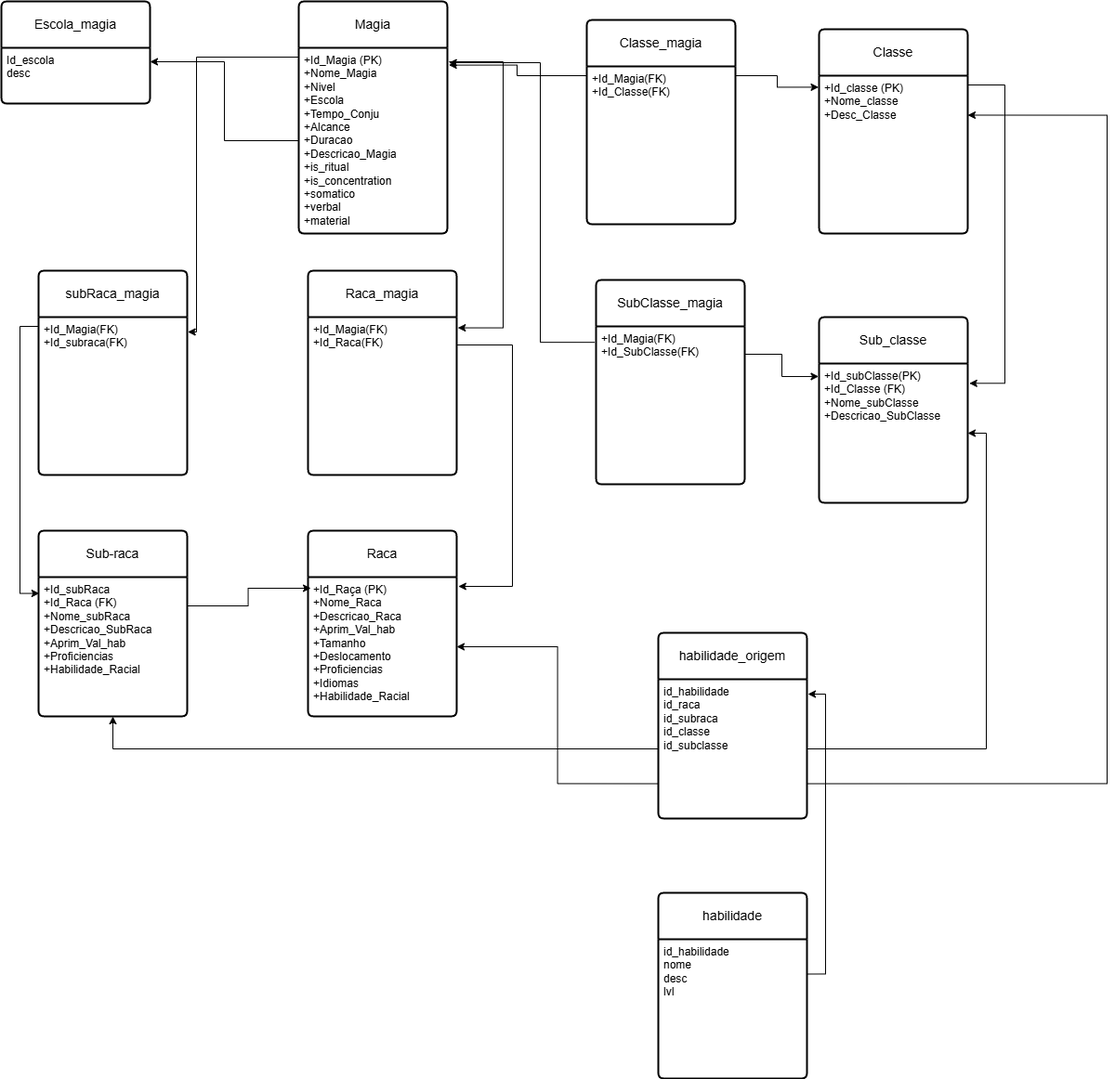
The draw.io diagram Projeto/magias.drawio.png in VitorFonseca123/DnD-RPG, before a commit. Source tidied: cells renumbered, new cells last; positions are measured from the earlier drawing's top-left corner, leaving out a move shared by most shapes.
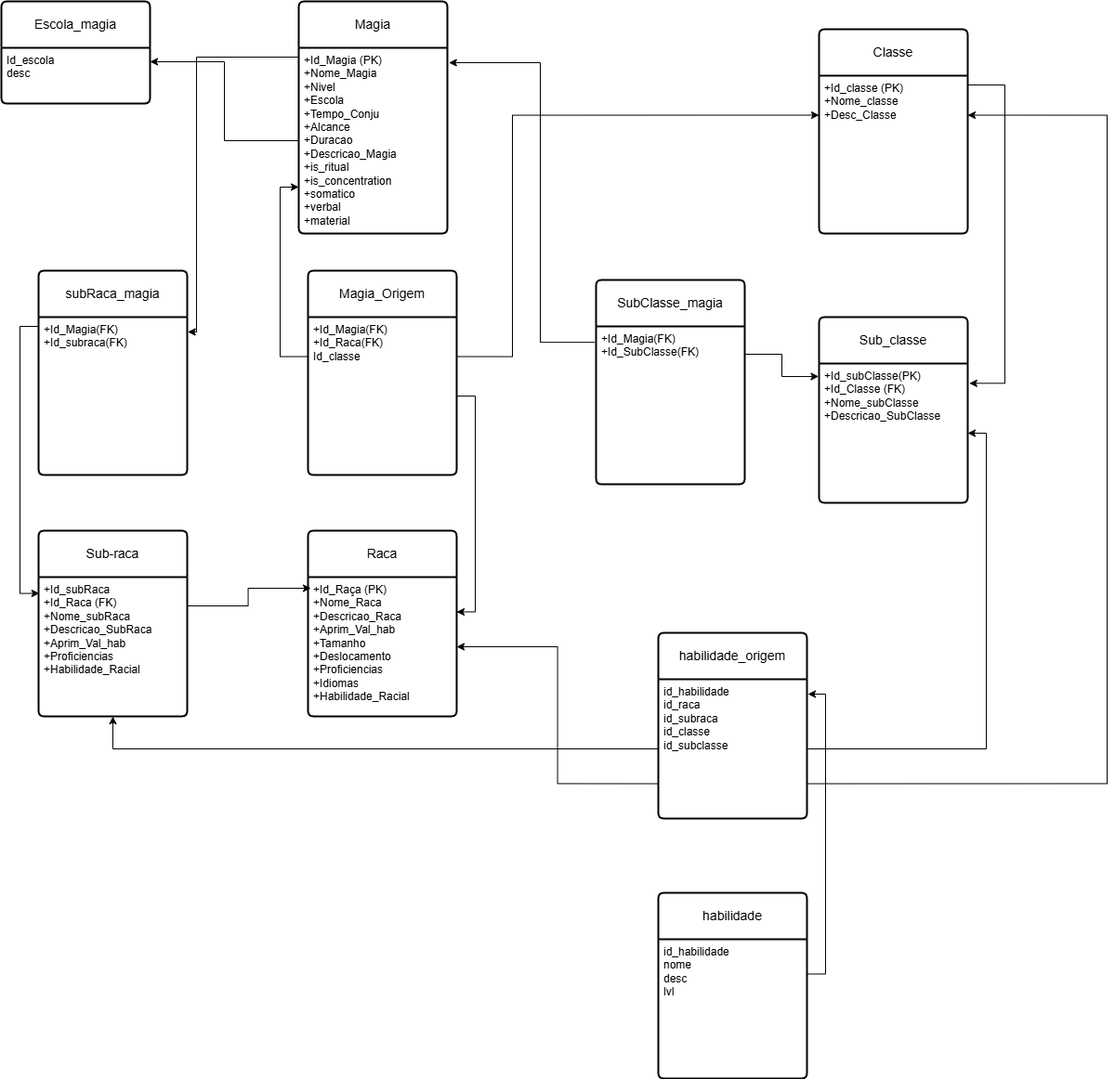
After the change.

Commit message:
altera schema

The edit, as a diff of the source:
```diff
@@ -25,10 +25,10 @@
         <mxPoint x="200" y="651" as="sourcePoint" />
       </mxGeometry>
     </mxCell>
-    <mxCell id="9" value="Raca_magia" style="swimlane;horizontal=1;startSize=50;rounded=1;fontSize=14;fontStyle=0;strokeWidth=2;shadow=0;dashed=0;align=center;arcSize=4;whiteSpace=wrap;html=1;" parent="1" vertex="1">
+    <mxCell id="9" value="Magia_Origem" style="swimlane;horizontal=1;startSize=50;rounded=1;fontSize=14;fontStyle=0;strokeWidth=2;shadow=0;dashed=0;align=center;arcSize=4;whiteSpace=wrap;html=1;" parent="1" vertex="1">
       <mxGeometry x="330" y="290" width="160" height="220" as="geometry" />
     </mxCell>
-    <mxCell id="10" value="+Id_Magia(FK)&lt;div&gt;+Id_Raca(FK)&lt;/div&gt;" style="align=left;strokeColor=none;fillColor=none;spacingLeft=4;spacingRight=4;fontSize=12;verticalAlign=top;html=1;whiteSpace=wrap;" parent="9" vertex="1">
+    <mxCell id="10" value="+Id_Magia(FK)&lt;div&gt;+Id_Raca(FK)&lt;/div&gt;&lt;div&gt;Id_classe&lt;/div&gt;&lt;div&gt;&lt;br&gt;&lt;/div&gt;" style="align=left;strokeColor=none;fillColor=none;spacingLeft=4;spacingRight=4;fontSize=12;verticalAlign=top;html=1;whiteSpace=wrap;" parent="9" vertex="1">
       <mxGeometry y="50" width="160" height="170" as="geometry" />
     </mxCell>
     <mxCell id="11" value="Classe" style="swimlane;horizontal=1;startSize=50;rounded=1;fontSize=14;fontStyle=0;strokeWidth=2;shadow=0;dashed=0;align=center;arcSize=4;whiteSpace=wrap;html=1;" parent="1" vertex="1">
@@ -43,23 +43,6 @@
     <mxCell id="14" value="+Id_subClasse(PK)&lt;div&gt;+Id_Classe (FK)&lt;br&gt;&lt;div&gt;+Nome_subClasse&lt;br&gt;+Descricao_SubClasse&lt;br&gt;&lt;br&gt;&lt;/div&gt;&lt;/div&gt;" style="align=left;strokeColor=none;fillColor=none;spacingLeft=4;spacingRight=4;fontSize=12;verticalAlign=top;html=1;whiteSpace=wrap;" parent="13" vertex="1">
       <mxGeometry y="50" width="160" height="150" as="geometry" />
     </mxCell>
-    <mxCell id="15" style="edgeStyle=orthogonalEdgeStyle;rounded=0;jettySize=auto;html=1;entryX=1.008;entryY=0.068;entryDx=0;entryDy=0;entryPerimeter=0;exitX=1.012;exitY=0.075;exitDx=0;exitDy=0;exitPerimeter=0;" parent="1" edge="1" source="3" target="10">
-      <mxGeometry relative="1" as="geometry">
-        <Array as="points">
-          <mxPoint x="540" y="65" />
-          <mxPoint x="540" y="352" />
-        </Array>
-      </mxGeometry>
-    </mxCell>
-    <mxCell id="16" style="edgeStyle=orthogonalEdgeStyle;rounded=0;jettySize=auto;html=1;entryX=1.012;entryY=0.06;entryDx=0;entryDy=0;entryPerimeter=0;" parent="1" edge="1" source="9" target="5">
-      <mxGeometry relative="1" as="geometry">
-        <Array as="points">
-          <mxPoint x="550" y="370" />
-          <mxPoint x="550" y="630" />
-          <mxPoint x="492" y="630" />
-        </Array>
-      </mxGeometry>
-    </mxCell>
     <mxCell id="17" value="subRaca_magia" style="swimlane;horizontal=1;startSize=50;rounded=1;fontSize=14;fontStyle=0;strokeWidth=2;shadow=0;dashed=0;align=center;arcSize=4;whiteSpace=wrap;html=1;" parent="1" vertex="1">
       <mxGeometry x="40" y="290" width="160" height="220" as="geometry" />
     </mxCell>
@@ -90,28 +73,6 @@
         </Array>
       </mxGeometry>
     </mxCell>
-    <mxCell id="22" value="Classe_magia" style="swimlane;horizontal=1;startSize=50;rounded=1;fontSize=14;fontStyle=0;strokeWidth=2;shadow=0;dashed=0;align=center;arcSize=4;whiteSpace=wrap;html=1;" parent="1" vertex="1">
-      <mxGeometry x="630" y="20" width="160" height="220" as="geometry" />
-    </mxCell>
-    <mxCell id="23" value="+Id_Magia(FK)&lt;div&gt;+Id_Classe(FK)&lt;/div&gt;" style="align=left;strokeColor=none;fillColor=none;spacingLeft=4;spacingRight=4;fontSize=12;verticalAlign=top;html=1;whiteSpace=wrap;" parent="22" vertex="1">
-      <mxGeometry y="50" width="160" height="170" as="geometry" />
-    </mxCell>
-    <mxCell id="24" style="edgeStyle=orthogonalEdgeStyle;rounded=0;jettySize=auto;html=1;entryX=-0.003;entryY=0.073;entryDx=0;entryDy=0;entryPerimeter=0;" parent="1" edge="1" source="23" target="12">
-      <mxGeometry relative="1" as="geometry">
-        <Array as="points">
-          <mxPoint x="835" y="80" />
-          <mxPoint x="835" y="92" />
-        </Array>
-      </mxGeometry>
-    </mxCell>
-    <mxCell id="25" style="edgeStyle=orthogonalEdgeStyle;rounded=0;jettySize=auto;html=1;entryX=1.01;entryY=0.093;entryDx=0;entryDy=0;entryPerimeter=0;" parent="1" edge="1" source="23" target="3">
-      <mxGeometry relative="1" as="geometry">
-        <Array as="points">
-          <mxPoint x="555" y="80" />
-          <mxPoint x="555" y="69" />
-        </Array>
-      </mxGeometry>
-    </mxCell>
     <mxCell id="26" value="SubClasse_magia" style="swimlane;horizontal=1;startSize=50;rounded=1;fontSize=14;fontStyle=0;strokeWidth=2;shadow=0;dashed=0;align=center;arcSize=4;whiteSpace=wrap;html=1;" parent="1" vertex="1">
       <mxGeometry x="640" y="300" width="160" height="220" as="geometry" />
     </mxCell>
@@ -175,5 +136,19 @@
         </Array>
       </mxGeometry>
     </mxCell>
+    <mxCell id="42" style="edgeStyle=orthogonalEdgeStyle;rounded=0;jettySize=auto;html=1;exitX=1;exitY=0.25;exitDx=0;exitDy=0;entryX=0;entryY=0.25;entryDx=0;entryDy=0;" parent="1" edge="1" source="10" target="12">
+      <mxGeometry relative="1" as="geometry">
+        <Array as="points">
+          <mxPoint x="550" y="383" />
+          <mxPoint x="550" y="123" />
+        </Array>
+      </mxGeometry>
+    </mxCell>
+    <mxCell id="43" style="edgeStyle=orthogonalEdgeStyle;rounded=0;jettySize=auto;html=1;exitX=0;exitY=0.25;exitDx=0;exitDy=0;entryX=0;entryY=0.75;entryDx=0;entryDy=0;" parent="1" edge="1" source="10" target="3">
+      <mxGeometry relative="1" as="geometry" />
+    </mxCell>
+    <mxCell id="44" style="edgeStyle=orthogonalEdgeStyle;rounded=0;jettySize=auto;html=1;exitX=1;exitY=0.5;exitDx=0;exitDy=0;entryX=1;entryY=0.25;entryDx=0;entryDy=0;" parent="1" edge="1" source="10" target="5">
+      <mxGeometry relative="1" as="geometry" />
+    </mxCell>
   </root>
 </mxGraphModel>
```
